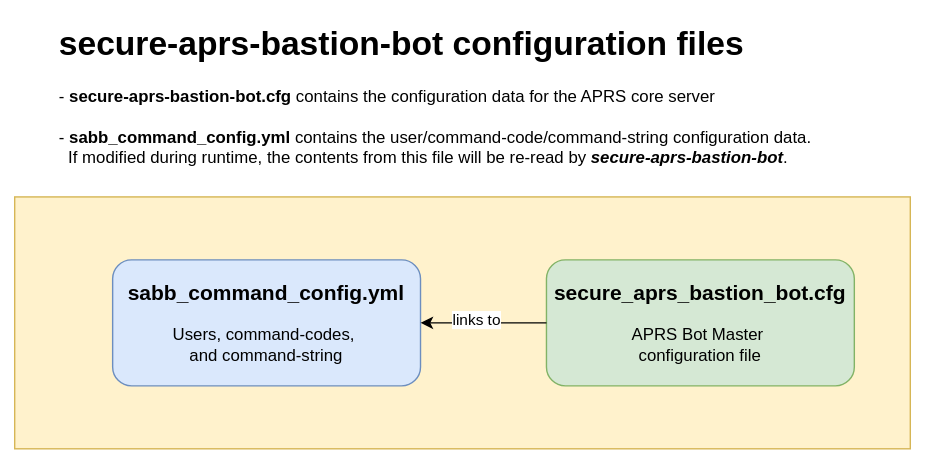
Earlier version of the draw.io export img/sabb_config_files.svg (joergschultzelutter/secure-aprs-bastion-bot). Source tidied: cells renumbered, new cells last; positions are measured from the earlier drawing's top-left corner, leaving out a move shared by most shapes.
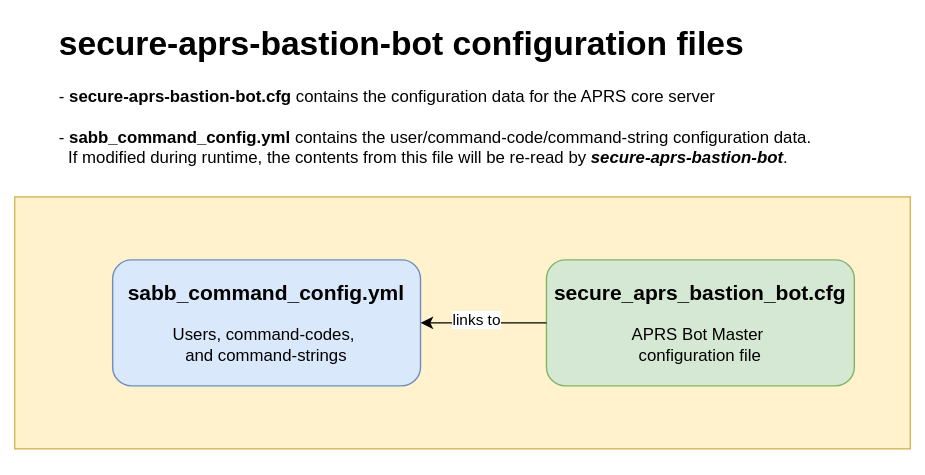
Later version of the same file.

The edit, as a diff of the source:
```diff
@@ -11,7 +11,7 @@
     <mxCell id="4" style="rounded=0;whiteSpace=wrap;html=1;fillColor=#fff2cc;strokeColor=#d6b656;" parent="3" vertex="1">
       <mxGeometry width="640" height="180" as="geometry" />
     </mxCell>
-    <mxCell id="5" value="&lt;font style=&quot;font-size: 15px;&quot;&gt;&lt;b&gt;sabb_command_config.yml&lt;/b&gt;&lt;/font&gt;&lt;div&gt;&lt;br&gt;&lt;/div&gt;&lt;div&gt;Users, command-codes,&amp;nbsp;&lt;/div&gt;&lt;div&gt;and command-string&lt;/div&gt;" style="rounded=1;whiteSpace=wrap;html=1;fillColor=#dae8fc;strokeColor=#6c8ebf;" parent="3" vertex="1">
+    <mxCell id="5" value="&lt;font style=&quot;font-size: 15px;&quot;&gt;&lt;b&gt;sabb_command_config.yml&lt;/b&gt;&lt;/font&gt;&lt;div&gt;&lt;br&gt;&lt;/div&gt;&lt;div&gt;Users, command-codes,&amp;nbsp;&lt;/div&gt;&lt;div&gt;and command-strings&lt;/div&gt;" style="rounded=1;whiteSpace=wrap;html=1;fillColor=#dae8fc;strokeColor=#6c8ebf;" parent="3" vertex="1">
       <mxGeometry x="70" y="45" width="220" height="90" as="geometry" />
     </mxCell>
     <mxCell id="6" value="&lt;font style=&quot;font-size: 15px;&quot;&gt;&lt;b&gt;secure_aprs_bastion_bot.cfg&lt;/b&gt;&lt;/font&gt;&lt;div&gt;&lt;br&gt;&lt;/div&gt;&lt;div&gt;APRS Bot Master&amp;nbsp;&lt;/div&gt;&lt;div&gt;configuration file&lt;/div&gt;" style="rounded=1;whiteSpace=wrap;html=1;fillColor=#d5e8d4;strokeColor=#82b366;" parent="3" vertex="1">
```
